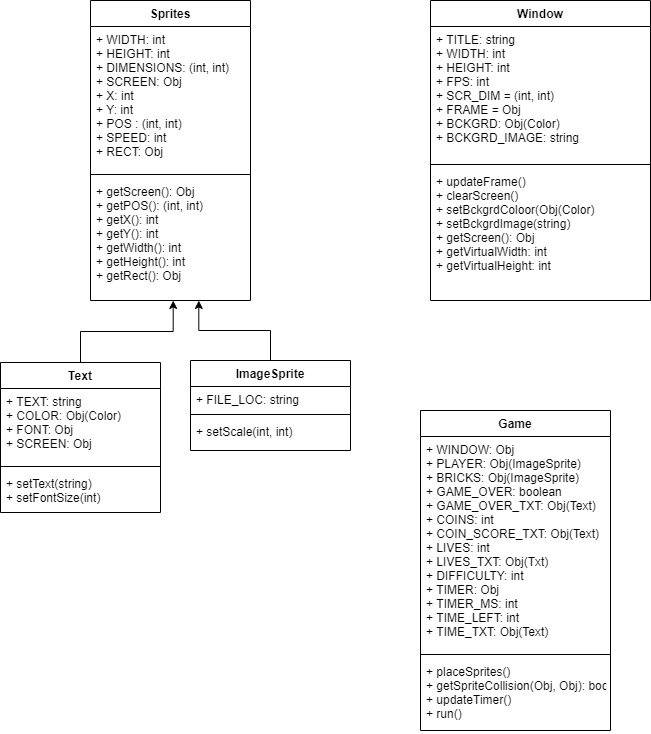
Above: ProjectUml.png in Christie-Leung/Brick-Breaker-Game (draw.io), before the change. Source tidied: cells renumbered, new cells last; positions are measured from the earlier drawing's top-left corner, leaving out a move shared by most shapes.
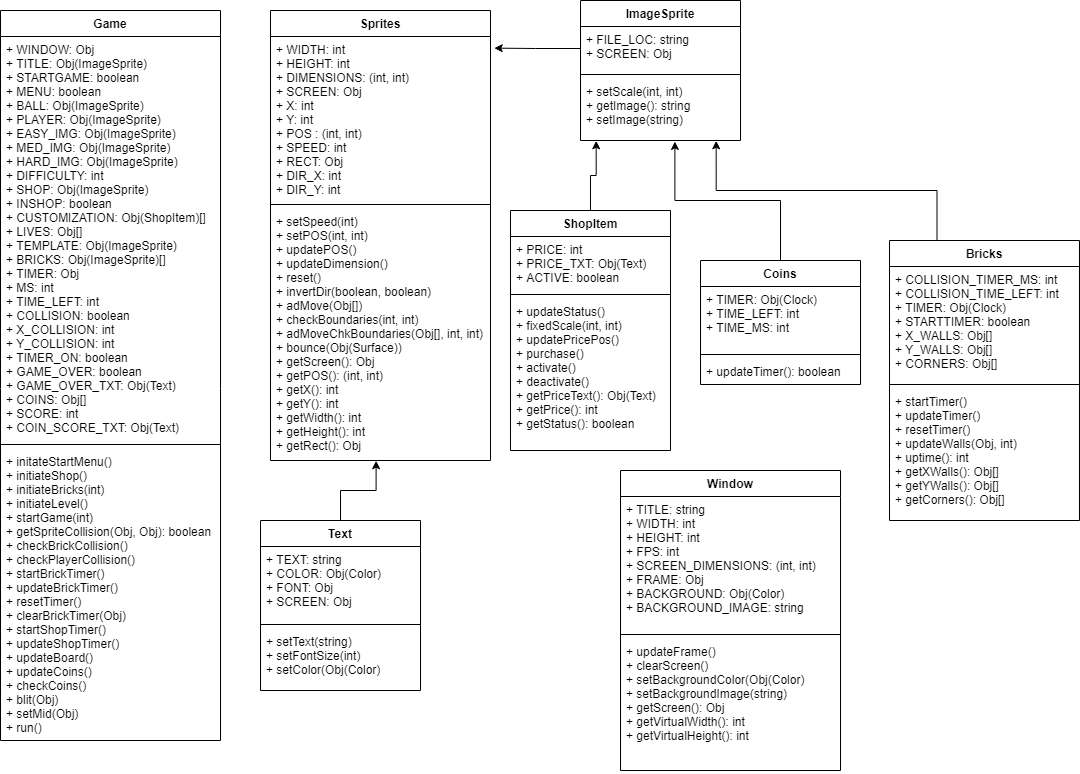
Later version of the same file.

Commit message:
Updated external documentation and changed small visual game aspects

Diff of the diagram source:
```diff
@@ -3,34 +3,34 @@
     <mxCell id="0" />
     <mxCell id="1" parent="0" />
     <mxCell id="2" value="Sprites" style="swimlane;fontStyle=1;align=center;verticalAlign=top;horizontal=1;startSize=26;" parent="1" vertex="1">
-      <mxGeometry x="90" width="160" height="300" as="geometry" />
+      <mxGeometry x="-210" y="-140" width="220" height="450" as="geometry" />
     </mxCell>
-    <mxCell id="3" value="+ WIDTH: int&#10;+ HEIGHT: int&#10;+ DIMENSIONS: (int, int)&#10;+ SCREEN: Obj&#10;+ X: int&#10;+ Y: int&#10;+ POS : (int, int)&#10;+ SPEED: int&#10;+ RECT: Obj" style="text;strokeColor=none;fillColor=none;align=left;verticalAlign=top;spacingLeft=4;spacingRight=4;overflow=hidden;points=[[0,0.5],[1,0.5]];portConstraint=eastwest;" parent="2" vertex="1">
-      <mxGeometry y="26" width="160" height="144" as="geometry" />
+    <mxCell id="3" value="+ WIDTH: int&#10;+ HEIGHT: int&#10;+ DIMENSIONS: (int, int)&#10;+ SCREEN: Obj&#10;+ X: int&#10;+ Y: int&#10;+ POS : (int, int)&#10;+ SPEED: int&#10;+ RECT: Obj&#10;+ DIR_X: int&#10;+ DIR_Y: int" style="text;strokeColor=none;fillColor=none;align=left;verticalAlign=top;spacingLeft=4;spacingRight=4;overflow=hidden;points=[[0,0.5],[1,0.5]];portConstraint=eastwest;" parent="2" vertex="1">
+      <mxGeometry y="26" width="220" height="164" as="geometry" />
     </mxCell>
     <mxCell id="4" style="line;strokeWidth=1;fillColor=none;align=left;verticalAlign=middle;spacingTop=-1;spacingLeft=3;spacingRight=3;labelPosition=right;" parent="2" vertex="1">
-      <mxGeometry y="170" width="160" height="8" as="geometry" />
+      <mxGeometry y="190" width="220" height="8" as="geometry" />
     </mxCell>
-    <mxCell id="5" value="+ getScreen(): Obj&#10;+ getPOS(): (int, int)&#10;+ getX(): int&#10;+ getY(): int&#10;+ getWidth(): int&#10;+ getHeight(): int&#10;+ getRect(): Obj&#10;&#10;" style="text;strokeColor=none;fillColor=none;align=left;verticalAlign=top;spacingLeft=4;spacingRight=4;overflow=hidden;points=[[0,0.5],[1,0.5]];portConstraint=eastwest;" parent="2" vertex="1">
-      <mxGeometry y="178" width="160" height="122" as="geometry" />
+    <mxCell id="5" value="+ setSpeed(int)&#10;+ setPOS(int, int)&#10;+ updatePOS()&#10;+ updateDimension()&#10;+ reset()&#10;+ invertDir(boolean, boolean)&#10;+ adMove(Obj[])&#10;+ checkBoundaries(int, int)&#10;+ adMoveChkBoundaries(Obj[], int, int)&#10;+ bounce(Obj(Surface))&#10;+ getScreen(): Obj&#10;+ getPOS(): (int, int)&#10;+ getX(): int&#10;+ getY(): int&#10;+ getWidth(): int&#10;+ getHeight(): int&#10;+ getRect(): Obj&#10;&#10;" style="text;strokeColor=none;fillColor=none;align=left;verticalAlign=top;spacingLeft=4;spacingRight=4;overflow=hidden;points=[[0,0.5],[1,0.5]];portConstraint=eastwest;" parent="2" vertex="1">
+      <mxGeometry y="198" width="220" height="252" as="geometry" />
     </mxCell>
     <mxCell id="6" value="Window" style="swimlane;fontStyle=1;align=center;verticalAlign=top;horizontal=1;startSize=26;" parent="1" vertex="1">
-      <mxGeometry x="430" width="220" height="300" as="geometry" />
+      <mxGeometry x="140" y="320" width="220" height="300" as="geometry" />
     </mxCell>
-    <mxCell id="7" value="+ TITLE: string&#10;+ WIDTH: int&#10;+ HEIGHT: int&#10;+ FPS: int&#10;+ SCR_DIM = (int, int)&#10;+ FRAME = Obj&#10;+ BCKGRD: Obj(Color)&#10;+ BCKGRD_IMAGE: string" style="text;strokeColor=none;fillColor=none;align=left;verticalAlign=top;spacingLeft=4;spacingRight=4;overflow=hidden;" parent="6" vertex="1">
+    <mxCell id="7" value="+ TITLE: string&#10;+ WIDTH: int&#10;+ HEIGHT: int&#10;+ FPS: int&#10;+ SCREEN_DIMENSIONS: (int, int)&#10;+ FRAME: Obj&#10;+ BACKGROUND: Obj(Color)&#10;+ BACKGROUND_IMAGE: string" style="text;strokeColor=none;fillColor=none;align=left;verticalAlign=top;spacingLeft=4;spacingRight=4;overflow=hidden;" parent="6" vertex="1">
       <mxGeometry y="26" width="220" height="134" as="geometry" />
     </mxCell>
     <mxCell id="8" style="line;strokeWidth=1;fillColor=none;align=left;verticalAlign=middle;spacingTop=-1;spacingLeft=3;spacingRight=3;labelPosition=right;" parent="6" vertex="1">
       <mxGeometry y="160" width="220" height="8" as="geometry" />
     </mxCell>
-    <mxCell id="9" value="+ updateFrame()&#10;+ clearScreen()&#10;+ setBckgrdColoor(Obj(Color)&#10;+ setBckgrdImage(string)&#10;+ getScreen(): Obj&#10;+ getVirtualWidth: int&#10;+ getVirtualHeight: int&#10;" style="text;strokeColor=none;fillColor=none;align=left;verticalAlign=top;spacingLeft=4;spacingRight=4;overflow=hidden;" parent="6" vertex="1">
+    <mxCell id="9" value="+ updateFrame()&#10;+ clearScreen()&#10;+ setBackgroundColor(Obj(Color)&#10;+ setBackgroundImage(string)&#10;+ getScreen(): Obj&#10;+ getVirtualWidth(): int&#10;+ getVirtualHeight(): int&#10;" style="text;strokeColor=none;fillColor=none;align=left;verticalAlign=top;spacingLeft=4;spacingRight=4;overflow=hidden;" parent="6" vertex="1">
       <mxGeometry y="168" width="220" height="132" as="geometry" />
     </mxCell>
-    <mxCell id="10" style="edgeStyle=orthogonalEdgeStyle;rounded=0;jettySize=auto;html=1;exitX=0.5;exitY=0;exitDx=0;exitDy=0;entryX=0.517;entryY=1;entryDx=0;entryDy=0;entryPerimeter=0;" parent="1" edge="1" source="11" target="5">
+    <mxCell id="10" style="edgeStyle=orthogonalEdgeStyle;rounded=0;jettySize=auto;html=1;exitX=0.5;exitY=0;exitDx=0;exitDy=0;entryX=0.48;entryY=1.001;entryDx=0;entryDy=0;entryPerimeter=0;" parent="1" edge="1" source="11" target="5">
       <mxGeometry relative="1" as="geometry" />
     </mxCell>
     <mxCell id="11" value="Text" style="swimlane;fontStyle=1;align=center;verticalAlign=top;horizontal=1;startSize=26;" parent="1" vertex="1">
-      <mxGeometry y="362" width="160" height="150" as="geometry" />
+      <mxGeometry x="-220" y="370" width="160" height="170" as="geometry" />
     </mxCell>
     <mxCell id="12" value="+ TEXT: string&#10;+ COLOR: Obj(Color)&#10;+ FONT: Obj&#10;+ SCREEN: Obj" style="text;strokeColor=none;fillColor=none;align=left;verticalAlign=top;spacingLeft=4;spacingRight=4;overflow=hidden;" parent="11" vertex="1">
       <mxGeometry y="26" width="160" height="74" as="geometry" />
@@ -38,35 +38,80 @@
     <mxCell id="13" style="line;strokeWidth=1;fillColor=none;align=left;verticalAlign=middle;spacingTop=-1;spacingLeft=3;spacingRight=3;labelPosition=right;" parent="11" vertex="1">
       <mxGeometry y="100" width="160" height="8" as="geometry" />
     </mxCell>
-    <mxCell id="14" value="+ setText(string)&#10;+ setFontSize(int)&#10;" style="text;strokeColor=none;fillColor=none;align=left;verticalAlign=top;spacingLeft=4;spacingRight=4;overflow=hidden;" parent="11" vertex="1">
-      <mxGeometry y="108" width="160" height="42" as="geometry" />
+    <mxCell id="14" value="+ setText(string)&#10;+ setFontSize(int)&#10;+ setColor(Obj(Color)" style="text;strokeColor=none;fillColor=none;align=left;verticalAlign=top;spacingLeft=4;spacingRight=4;overflow=hidden;" parent="11" vertex="1">
+      <mxGeometry y="108" width="160" height="62" as="geometry" />
     </mxCell>
-    <mxCell id="15" style="edgeStyle=orthogonalEdgeStyle;rounded=0;jettySize=auto;html=1;exitX=0.5;exitY=0;exitDx=0;exitDy=0;entryX=0.677;entryY=1;entryDx=0;entryDy=0;entryPerimeter=0;endArrow=classic;endFill=1;" parent="1" edge="1" source="16" target="5">
-      <mxGeometry relative="1" as="geometry" />
-    </mxCell>
     <mxCell id="16" value="ImageSprite" style="swimlane;fontStyle=1;align=center;verticalAlign=top;horizontal=1;startSize=26;" parent="1" vertex="1">
-      <mxGeometry x="190" y="360" width="160" height="90" as="geometry" />
+      <mxGeometry x="100" y="-150" width="160" height="140" as="geometry" />
     </mxCell>
-    <mxCell id="17" value="+ FILE_LOC: string" style="text;strokeColor=none;fillColor=none;align=left;verticalAlign=top;spacingLeft=4;spacingRight=4;overflow=hidden;points=[[0,0.5],[1,0.5]];portConstraint=eastwest;" parent="16" vertex="1">
-      <mxGeometry y="26" width="160" height="24" as="geometry" />
+    <mxCell id="17" value="+ FILE_LOC: string&#10;+ SCREEN: Obj" style="text;strokeColor=none;fillColor=none;align=left;verticalAlign=top;spacingLeft=4;spacingRight=4;overflow=hidden;points=[[0,0.5],[1,0.5]];portConstraint=eastwest;" parent="16" vertex="1">
+      <mxGeometry y="26" width="160" height="44" as="geometry" />
     </mxCell>
     <mxCell id="18" style="line;strokeWidth=1;fillColor=none;align=left;verticalAlign=middle;spacingTop=-1;spacingLeft=3;spacingRight=3;labelPosition=right;" parent="16" vertex="1">
-      <mxGeometry y="50" width="160" height="8" as="geometry" />
+      <mxGeometry y="70" width="160" height="8" as="geometry" />
     </mxCell>
-    <mxCell id="19" value="+ setScale(int, int)" style="text;strokeColor=none;fillColor=none;align=left;verticalAlign=top;spacingLeft=4;spacingRight=4;overflow=hidden;points=[[0,0.5],[1,0.5]];portConstraint=eastwest;" parent="16" vertex="1">
-      <mxGeometry y="58" width="160" height="32" as="geometry" />
+    <mxCell id="19" value="+ setScale(int, int)&#10;+ getImage(): string&#10;+ setImage(string)" style="text;strokeColor=none;fillColor=none;align=left;verticalAlign=top;spacingLeft=4;spacingRight=4;overflow=hidden;points=[[0,0.5],[1,0.5]];portConstraint=eastwest;" parent="16" vertex="1">
+      <mxGeometry y="78" width="160" height="62" as="geometry" />
     </mxCell>
     <mxCell id="20" value="Game" style="swimlane;fontStyle=1;align=center;verticalAlign=top;horizontal=1;startSize=26;" parent="1" vertex="1">
-      <mxGeometry x="420" y="410" width="190" height="320" as="geometry" />
+      <mxGeometry x="-480" y="-140" width="220" height="730" as="geometry" />
     </mxCell>
-    <mxCell id="21" value="+ WINDOW: Obj&#10;+ PLAYER: Obj(ImageSprite)&#10;+ BRICKS: Obj(ImageSprite)&#10;+ GAME_OVER: boolean&#10;+ GAME_OVER_TXT: Obj(Text)&#10;+ COINS: int&#10;+ COIN_SCORE_TXT: Obj(Text)&#10;+ LIVES: int&#10;+ LIVES_TXT: Obj(Txt)&#10;+ DIFFICULTY: int&#10;+ TIMER: Obj&#10;+ TIMER_MS: int&#10;+ TIME_LEFT: int&#10;+ TIME_TXT: Obj(Text)" style="text;strokeColor=none;fillColor=none;align=left;verticalAlign=top;spacingLeft=4;spacingRight=4;overflow=hidden;" parent="20" vertex="1">
-      <mxGeometry y="26" width="190" height="214" as="geometry" />
+    <mxCell id="21" value="+ WINDOW: Obj&#10;+ TITLE: Obj(ImageSprite)&#10;+ STARTGAME: boolean&#10;+ MENU: boolean&#10;+ BALL: Obj(ImageSprite)&#10;+ PLAYER: Obj(ImageSprite)&#10;+ EASY_IMG: Obj(ImageSprite)&#10;+ MED_IMG: Obj(ImageSprite)&#10;+ HARD_IMG: Obj(ImageSprite)&#10;+ DIFFICULTY: int&#10;+ SHOP: Obj(ImageSprite)&#10;+ INSHOP: boolean&#10;+ CUSTOMIZATION: Obj(ShopItem)[]&#10;+ LIVES: Obj[]&#10;+ TEMPLATE: Obj(ImageSprite)&#10;+ BRICKS: Obj(ImageSprite)[]&#10;+ TIMER: Obj&#10;+ MS: int&#10;+ TIME_LEFT: int&#10;+ COLLISION: boolean&#10;+ X_COLLISION: int&#10;+ Y_COLLISION: int&#10;+ TIMER_ON: boolean&#10;+ GAME_OVER: boolean&#10;+ GAME_OVER_TXT: Obj(Text)&#10;+ COINS: Obj[]&#10;+ SCORE: int&#10;+ COIN_SCORE_TXT: Obj(Text)&#10;" style="text;strokeColor=none;fillColor=none;align=left;verticalAlign=top;spacingLeft=4;spacingRight=4;overflow=hidden;" parent="20" vertex="1">
+      <mxGeometry y="26" width="220" height="404" as="geometry" />
     </mxCell>
     <mxCell id="22" style="line;strokeWidth=1;fillColor=none;align=left;verticalAlign=middle;spacingTop=-1;spacingLeft=3;spacingRight=3;labelPosition=right;" parent="20" vertex="1">
-      <mxGeometry y="240" width="190" height="8" as="geometry" />
+      <mxGeometry y="430" width="220" height="8" as="geometry" />
     </mxCell>
-    <mxCell id="23" value="+ placeSprites()&#10;+ getSpriteCollision(Obj, Obj): boolean&#10;+ updateTimer()&#10;+ run()" style="text;strokeColor=none;fillColor=none;align=left;verticalAlign=top;spacingLeft=4;spacingRight=4;overflow=hidden;" parent="20" vertex="1">
-      <mxGeometry y="248" width="190" height="72" as="geometry" />
+    <mxCell id="23" value="+ initateStartMenu()&#10;+ initiateShop()&#10;+ initiateBricks(int)&#10;+ initiateLevel()&#10;+ startGame(int)&#10;+ getSpriteCollision(Obj, Obj): boolean&#10;+ checkBrickCollision()&#10;+ checkPlayerCollision()&#10;+ startBrickTimer()&#10;+ updateBrickTimer()&#10;+ resetTimer()&#10;+ clearBrickTimer(Obj)&#10;+ startShopTimer()&#10;+ updateShopTimer()&#10;+ updateBoard()&#10;+ updateCoins()&#10;+ checkCoins()&#10;+ blit(Obj)&#10;+ setMid(Obj)&#10;+ run()" style="text;strokeColor=none;fillColor=none;align=left;verticalAlign=top;spacingLeft=4;spacingRight=4;overflow=hidden;" parent="20" vertex="1">
+      <mxGeometry y="438" width="220" height="292" as="geometry" />
     </mxCell>
+    <mxCell id="24" style="edgeStyle=orthogonalEdgeStyle;rounded=0;jettySize=auto;html=1;exitX=0.5;exitY=0;exitDx=0;exitDy=0;entryX=0.098;entryY=1.005;entryDx=0;entryDy=0;entryPerimeter=0;" parent="1" edge="1" source="25" target="19">
+      <mxGeometry relative="1" as="geometry" />
+    </mxCell>
+    <mxCell id="25" value="ShopItem" style="swimlane;fontStyle=1;align=center;verticalAlign=top;horizontal=1;startSize=26;" parent="1" vertex="1">
+      <mxGeometry x="30" y="60" width="160" height="240" as="geometry" />
+    </mxCell>
+    <mxCell id="26" value="+ PRICE: int&#10;+ PRICE_TXT: Obj(Text)&#10;+ ACTIVE: boolean" style="text;strokeColor=none;fillColor=none;align=left;verticalAlign=top;spacingLeft=4;spacingRight=4;overflow=hidden;" parent="25" vertex="1">
+      <mxGeometry y="26" width="160" height="54" as="geometry" />
+    </mxCell>
+    <mxCell id="27" style="line;strokeWidth=1;fillColor=none;align=left;verticalAlign=middle;spacingTop=-1;spacingLeft=3;spacingRight=3;labelPosition=right;" parent="25" vertex="1">
+      <mxGeometry y="80" width="160" height="8" as="geometry" />
+    </mxCell>
+    <mxCell id="28" value="+ updateStatus()&#10;+ fixedScale(int, int)&#10;+ updatePricePos()&#10;+ purchase()&#10;+ activate()&#10;+ deactivate()&#10;+ getPriceText(): Obj(Text)&#10;+ getPrice(): int&#10;+ getStatus(): boolean" style="text;strokeColor=none;fillColor=none;align=left;verticalAlign=top;spacingLeft=4;spacingRight=4;overflow=hidden;" parent="25" vertex="1">
+      <mxGeometry y="88" width="160" height="152" as="geometry" />
+    </mxCell>
+    <mxCell id="29" style="edgeStyle=orthogonalEdgeStyle;rounded=0;jettySize=auto;html=1;exitX=0.5;exitY=0;exitDx=0;exitDy=0;entryX=0.59;entryY=1.016;entryDx=0;entryDy=0;entryPerimeter=0;" parent="1" edge="1" source="30" target="19">
+      <mxGeometry relative="1" as="geometry" />
+    </mxCell>
+    <mxCell id="30" value="Coins" style="swimlane;fontStyle=1;align=center;verticalAlign=top;horizontal=1;startSize=26;" parent="1" vertex="1">
+      <mxGeometry x="220" y="110" width="160" height="124" as="geometry" />
+    </mxCell>
+    <mxCell id="31" value="+ TIMER: Obj(Clock)&#10;+ TIME_LEFT: int&#10;+ TIME_MS: int" style="text;strokeColor=none;fillColor=none;align=left;verticalAlign=top;spacingLeft=4;spacingRight=4;overflow=hidden;" parent="30" vertex="1">
+      <mxGeometry y="26" width="160" height="64" as="geometry" />
+    </mxCell>
+    <mxCell id="32" style="line;strokeWidth=1;fillColor=none;align=left;verticalAlign=middle;spacingTop=-1;spacingLeft=3;spacingRight=3;labelPosition=right;" parent="30" vertex="1">
+      <mxGeometry y="90" width="160" height="8" as="geometry" />
+    </mxCell>
+    <mxCell id="33" value="+ updateTimer(): boolean" style="text;strokeColor=none;fillColor=none;align=left;verticalAlign=top;spacingLeft=4;spacingRight=4;overflow=hidden;" parent="30" vertex="1">
+      <mxGeometry y="98" width="160" height="26" as="geometry" />
+    </mxCell>
+    <mxCell id="34" style="edgeStyle=orthogonalEdgeStyle;rounded=0;jettySize=auto;html=1;exitX=0.25;exitY=0;exitDx=0;exitDy=0;entryX=0.848;entryY=1.005;entryDx=0;entryDy=0;entryPerimeter=0;" parent="1" edge="1" source="35" target="19">
+      <mxGeometry relative="1" as="geometry" />
+    </mxCell>
+    <mxCell id="35" value="Bricks" style="swimlane;fontStyle=1;align=center;verticalAlign=top;horizontal=1;startSize=26;" parent="1" vertex="1">
+      <mxGeometry x="409" y="90" width="190" height="280" as="geometry" />
+    </mxCell>
+    <mxCell id="36" value="+ COLLISION_TIMER_MS: int&#10;+ COLLISION_TIME_LEFT: int&#10;+ TIMER: Obj(Clock)&#10;+ STARTTIMER: boolean&#10;+ X_WALLS: Obj[]&#10;+ Y_WALLS: Obj[]&#10;+ CORNERS: Obj[]" style="text;strokeColor=none;fillColor=none;align=left;verticalAlign=top;spacingLeft=4;spacingRight=4;overflow=hidden;" parent="35" vertex="1">
+      <mxGeometry y="26" width="190" height="114" as="geometry" />
+    </mxCell>
+    <mxCell id="37" style="line;strokeWidth=1;fillColor=none;align=left;verticalAlign=middle;spacingTop=-1;spacingLeft=3;spacingRight=3;labelPosition=right;" parent="35" vertex="1">
+      <mxGeometry y="140" width="190" height="8" as="geometry" />
+    </mxCell>
+    <mxCell id="38" value="+ startTimer()&#10;+ updateTimer()&#10;+ resetTimer()&#10;+ updateWalls(Obj, int)&#10;+ uptime(): int&#10;+ getXWalls(): Obj[]&#10;+ getYWalls(): Obj[]&#10;+ getCorners(): Obj[]" style="text;strokeColor=none;fillColor=none;align=left;verticalAlign=top;spacingLeft=4;spacingRight=4;overflow=hidden;" parent="35" vertex="1">
+      <mxGeometry y="148" width="190" height="132" as="geometry" />
+    </mxCell>
+    <mxCell id="39" style="edgeStyle=orthogonalEdgeStyle;rounded=0;jettySize=auto;html=1;exitX=0;exitY=0.5;exitDx=0;exitDy=0;entryX=1.017;entryY=0.071;entryDx=0;entryDy=0;entryPerimeter=0;" parent="1" edge="1" source="17" target="3">
+      <mxGeometry relative="1" as="geometry" />
+    </mxCell>
   </root>
 </mxGraphModel>
```
